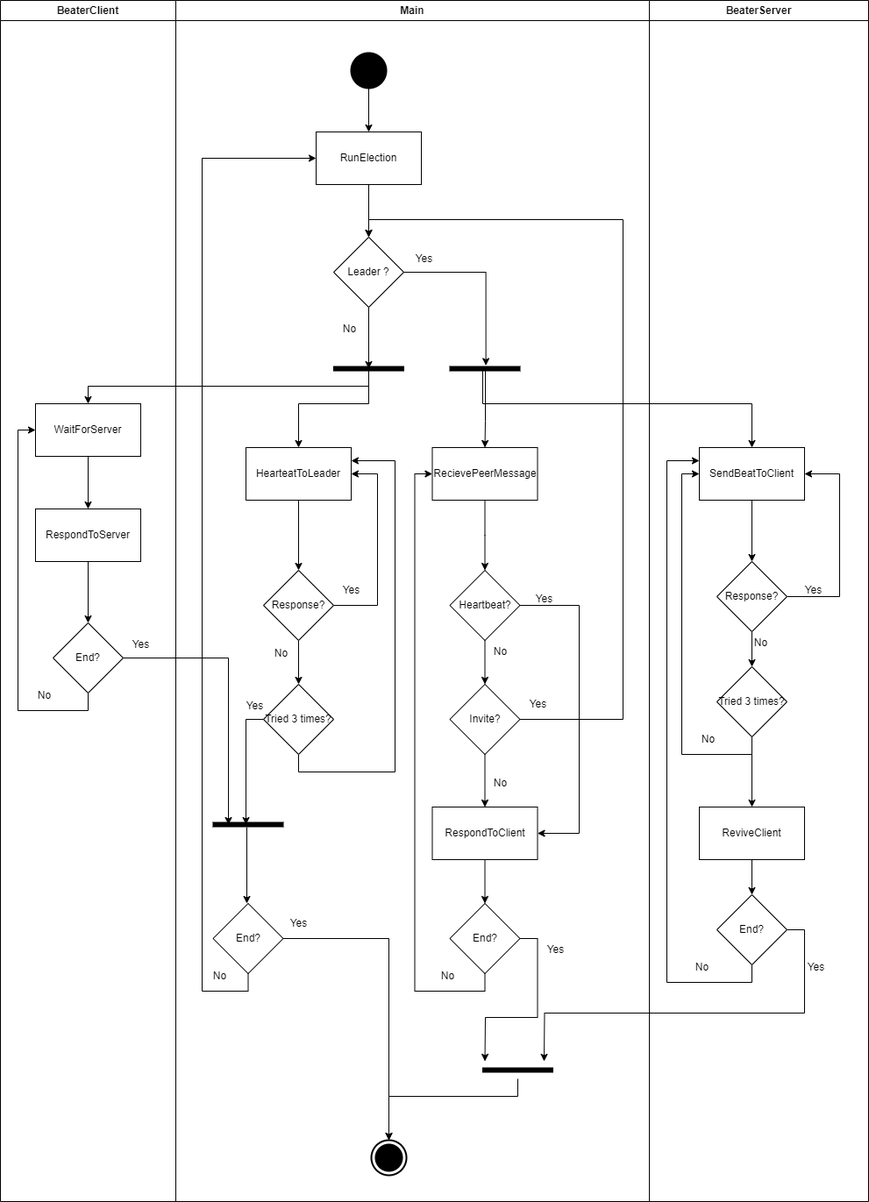
Earlier version of the draw.io export img/ActividadesHeartbeat.png (FranciscoPereira987/tp1-distribuidos-grupo5). Source tidied: cells renumbered, new cells last; positions are measured from the earlier drawing's top-left corner, leaving out a move shared by most shapes.
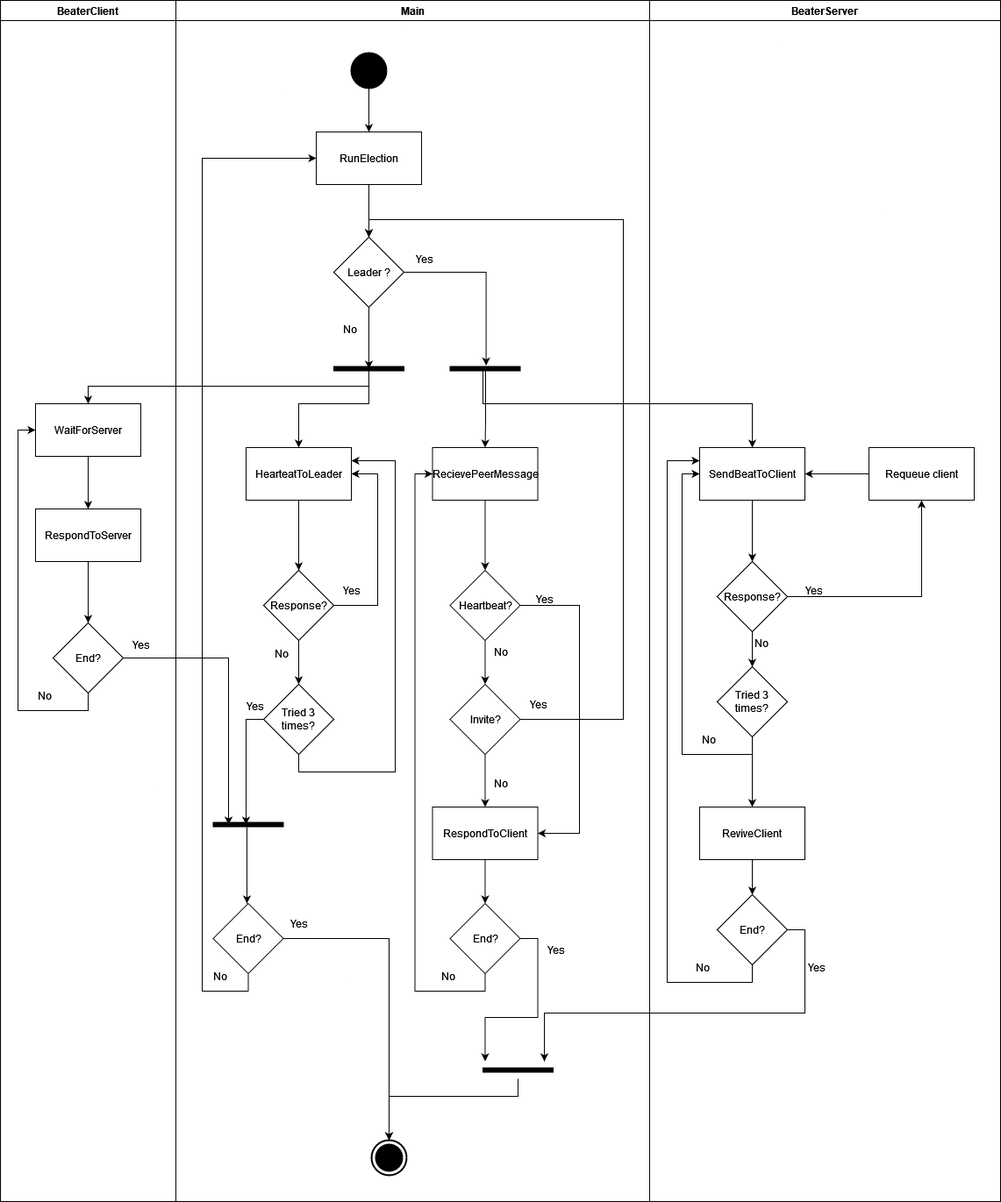
Above is the later version.

Commit message:
UPDATE: Activity diagram for heartbeater node

What changed in the source:
```diff
@@ -184,7 +184,7 @@
       <mxGeometry x="223" y="1300" width="40" height="40" as="geometry" />
     </mxCell>
     <mxCell id="48" value="BeaterServer" style="swimlane;whiteSpace=wrap;html=1;" parent="1" vertex="1">
-      <mxGeometry x="740" width="250" height="1370" as="geometry" />
+      <mxGeometry x="740" width="400" height="1370" as="geometry" />
     </mxCell>
     <mxCell id="49" style="edgeStyle=orthogonalEdgeStyle;rounded=0;jettySize=auto;html=1;exitX=0.5;exitY=1;exitDx=0;exitDy=0;entryX=0.5;entryY=0;entryDx=0;entryDy=0;" parent="48" edge="1" source="50" target="53">
       <mxGeometry relative="1" as="geometry" />
@@ -192,17 +192,12 @@
     <mxCell id="50" value="SendBeatToClient" style="rounded=0;whiteSpace=wrap;html=1;" parent="48" vertex="1">
       <mxGeometry x="57" y="510" width="120" height="60" as="geometry" />
     </mxCell>
-    <mxCell id="51" style="edgeStyle=orthogonalEdgeStyle;rounded=0;jettySize=auto;html=1;exitX=1;exitY=0.5;exitDx=0;exitDy=0;entryX=1;entryY=0.5;entryDx=0;entryDy=0;" parent="48" edge="1" source="53" target="50">
-      <mxGeometry relative="1" as="geometry">
-        <Array as="points">
-          <mxPoint x="217" y="680" />
-          <mxPoint x="217" y="540" />
-        </Array>
-      </mxGeometry>
-    </mxCell>
     <mxCell id="52" style="edgeStyle=orthogonalEdgeStyle;rounded=0;jettySize=auto;html=1;exitX=0.5;exitY=1;exitDx=0;exitDy=0;entryX=0.5;entryY=0;entryDx=0;entryDy=0;" parent="48" edge="1" source="53" target="56">
       <mxGeometry relative="1" as="geometry" />
     </mxCell>
+    <mxCell id="87" style="edgeStyle=orthogonalEdgeStyle;rounded=0;jettySize=auto;html=1;exitX=1;exitY=0.5;exitDx=0;exitDy=0;entryX=0.5;entryY=1;entryDx=0;entryDy=0;" parent="48" edge="1" source="53" target="89">
+      <mxGeometry relative="1" as="geometry" />
+    </mxCell>
     <mxCell id="53" value="Response?" style="rhombus;whiteSpace=wrap;html=1;" parent="48" vertex="1">
       <mxGeometry x="77" y="640" width="80" height="80" as="geometry" />
     </mxCell>
@@ -247,6 +242,12 @@
     <mxCell id="64" value="End?" style="rhombus;whiteSpace=wrap;html=1;" parent="48" vertex="1">
       <mxGeometry x="77" y="1020" width="80" height="80" as="geometry" />
     </mxCell>
+    <mxCell id="88" style="edgeStyle=orthogonalEdgeStyle;rounded=0;jettySize=auto;html=1;exitX=0;exitY=0.5;exitDx=0;exitDy=0;entryX=1;entryY=0.5;entryDx=0;entryDy=0;" parent="48" edge="1" source="89" target="50">
+      <mxGeometry relative="1" as="geometry" />
+    </mxCell>
+    <mxCell id="89" value="Requeue client" style="rounded=0;whiteSpace=wrap;html=1;" parent="48" vertex="1">
+      <mxGeometry x="250" y="510" width="120" height="60" as="geometry" />
+    </mxCell>
     <mxCell id="65" value="BeaterClient" style="swimlane;whiteSpace=wrap;html=1;" parent="1" vertex="1">
       <mxGeometry width="200" height="1370" as="geometry" />
     </mxCell>
```
